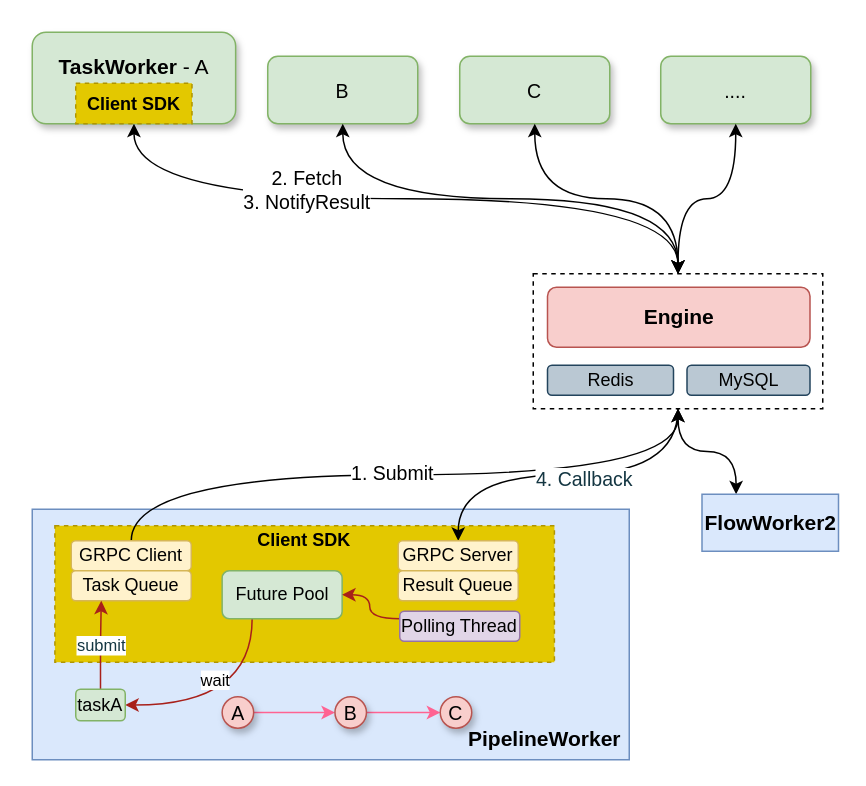
The draw.io diagram page "skyflow 动态图" (5 of 6) of 机审工程图 - with skyflow.drawio in johnsondeng/drawio, before the edit. Source tidied: cells renumbered, new cells numbered last; positions are measured from the earlier drawing's top-left corner, leaving out a move shared by most shapes. Both pictures are drawn from the tidied source at 150%, with x=0, y=0 at pixel (32, 32).
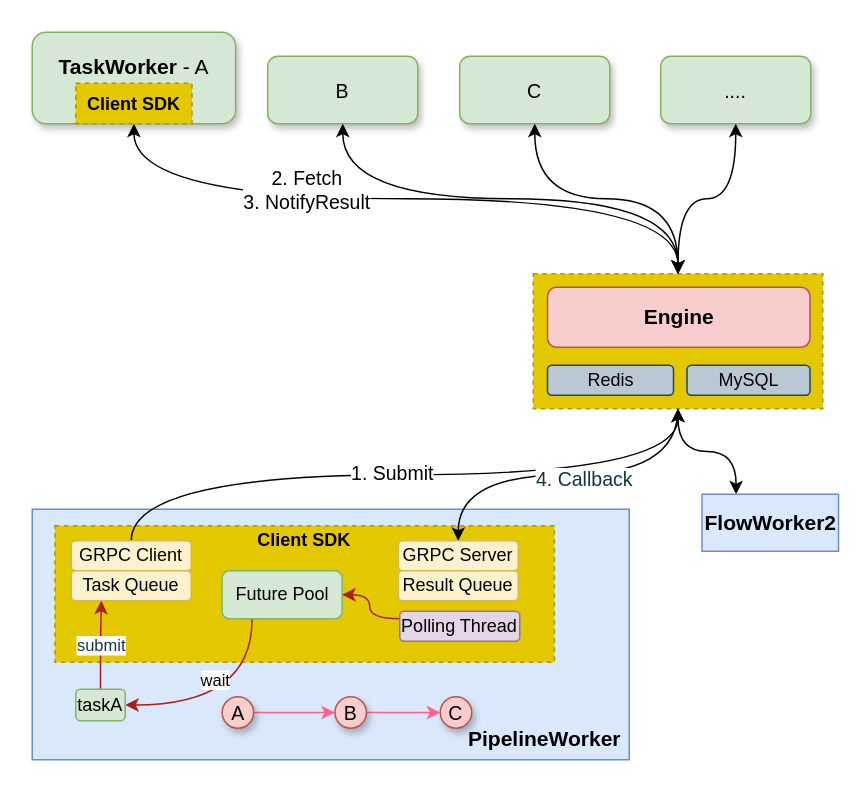
The same page after the edit.

Change to the diagram source:
```diff
@@
-    <mxCell id="6" style="rounded=0;whiteSpace=wrap;html=1;fontSize=12;fillColor=none;dashed=1;" parent="1" vertex="1">
+    <mxCell id="6" style="rounded=0;whiteSpace=wrap;html=1;fontSize=12;fillColor=#e3c800;dashed=1;fontColor=#000000;strokeColor=#B09500;" parent="1" vertex="1">
       <mxGeometry x="334" y="161" width="193" height="90" as="geometry" />
     </mxCell>
```
